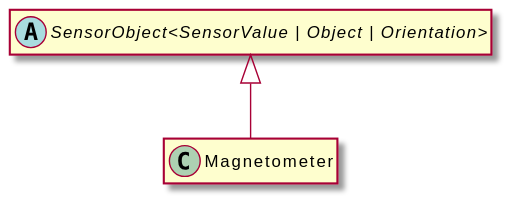
This is assets/Magnetometer-umlClassDiagram-3882.svg from OpenHPS/openhps-core, a PlantUML export, as it was before one commit.
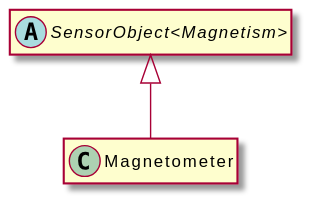
The same file after the commit.

The edit, as a diff of the source:
```diff
@@ -4,7 +4,7 @@
 hide empty fields
 class "Magnetometer" {
 }
-abstract class "SensorObject<SensorValue | Object | Orientation>" {
+abstract class "SensorObject<Magnetism>" {
 }
-"SensorObject<SensorValue | Object | Orientation>" <|-- "Magnetometer"
+"SensorObject<Magnetism>" <|-- "Magnetometer"
 @enduml
```
